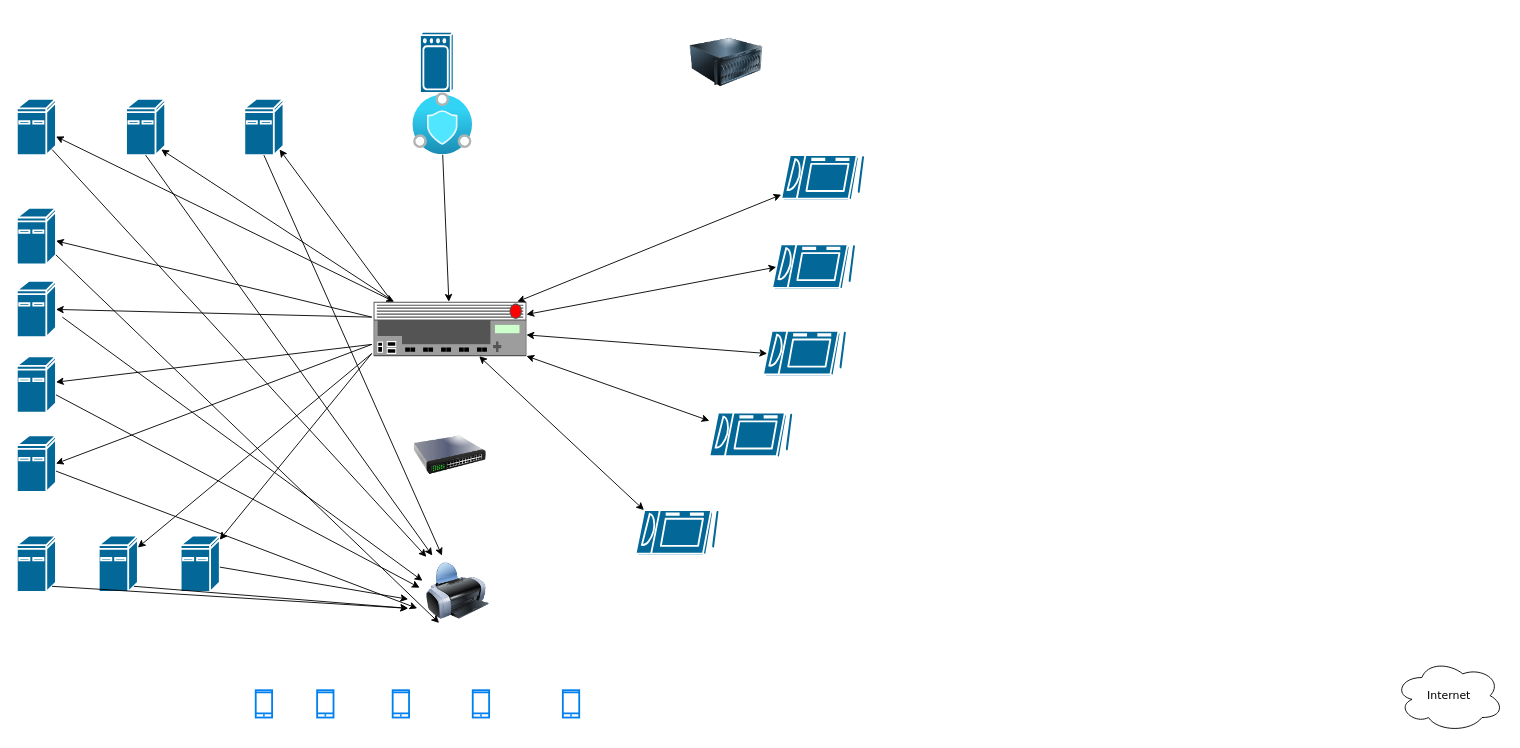
This is frontend/Diagramme sans nom.drawio from Steph3146/2022-09-JS-TLSE-MakeSense, a draw.io file, before an edit. Source tidied: cells renumbered, new cells numbered last; positions are measured from the earlier drawing's top-left corner, leaving out a move shared by most shapes. Both pictures are drawn from the tidied source at 91%, with x=0, y=0 at pixel (16, 25).
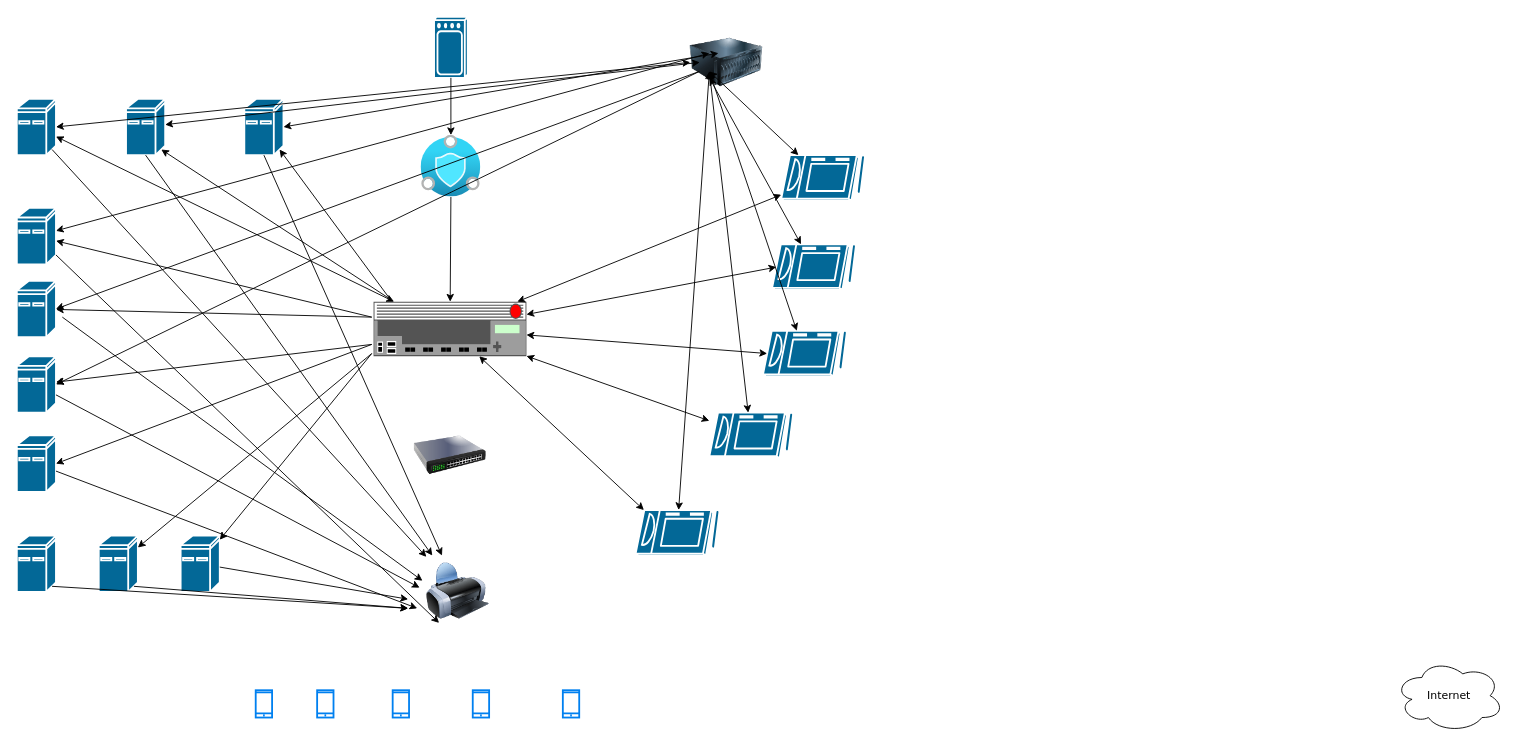
The same page after the edit.

Commit message (it also covers changes not shown here):
Mettre à jour Diagramme sans nom.drawio

Unchanged cells that the change refers to:
```xml
<mxCell id="3" style="shape=mxgraph.cisco.computers_and_peripherals.ibm_mini_as400;sketch=0;html=1;dashed=0;fillColor=#036897;strokeColor=#ffffff;strokeWidth=2;verticalLabelPosition=bottom;verticalAlign=top;align=center;outlineConnect=0;" parent="1" vertex="1">
  <mxGeometry y="80" width="43" height="62" as="geometry" />
</mxCell>
<mxCell id="4" style="shape=mxgraph.cisco.computers_and_peripherals.ibm_mini_as400;sketch=0;html=1;dashed=0;fillColor=#036897;strokeColor=#ffffff;strokeWidth=2;verticalLabelPosition=bottom;verticalAlign=top;align=center;outlineConnect=0;" parent="1" vertex="1">
  <mxGeometry x="250" y="80" width="43" height="62" as="geometry" />
</mxCell>
<mxCell id="7" style="shape=mxgraph.cisco.computers_and_peripherals.ibm_mini_as400;sketch=0;html=1;dashed=0;fillColor=#036897;strokeColor=#ffffff;strokeWidth=2;verticalLabelPosition=bottom;verticalAlign=top;align=center;outlineConnect=0;" parent="1" vertex="1">
  <mxGeometry y="280" width="43" height="62" as="geometry" />
</mxCell>
<mxCell id="8" style="shape=mxgraph.cisco.computers_and_peripherals.ibm_mini_as400;sketch=0;html=1;dashed=0;fillColor=#036897;strokeColor=#ffffff;strokeWidth=2;verticalLabelPosition=bottom;verticalAlign=top;align=center;outlineConnect=0;" parent="1" vertex="1">
  <mxGeometry y="200" width="43" height="62" as="geometry" />
</mxCell>
<mxCell id="9" style="shape=mxgraph.cisco.computers_and_peripherals.ibm_mini_as400;sketch=0;html=1;dashed=0;fillColor=#036897;strokeColor=#ffffff;strokeWidth=2;verticalLabelPosition=bottom;verticalAlign=top;align=center;outlineConnect=0;" parent="1" vertex="1">
  <mxGeometry x="120" y="80" width="43" height="62" as="geometry" />
</mxCell>
<mxCell id="10" style="shape=mxgraph.cisco.computers_and_peripherals.ibm_mini_as400;sketch=0;html=1;dashed=0;fillColor=#036897;strokeColor=#ffffff;strokeWidth=2;verticalLabelPosition=bottom;verticalAlign=top;align=center;outlineConnect=0;" parent="1" vertex="1">
  <mxGeometry y="363" width="43" height="62" as="geometry" />
</mxCell>
<mxCell id="12" style="shape=mxgraph.cisco.computers_and_peripherals.tablet;sketch=0;html=1;dashed=0;fillColor=#036897;strokeColor=#ffffff;strokeWidth=2;verticalLabelPosition=bottom;verticalAlign=top;align=center;outlineConnect=0;" parent="1" vertex="1">
  <mxGeometry x="820" y="335" width="91" height="50" as="geometry" />
</mxCell>
<mxCell id="13" style="shape=mxgraph.cisco.computers_and_peripherals.tablet;sketch=0;html=1;dashed=0;fillColor=#036897;strokeColor=#ffffff;strokeWidth=2;verticalLabelPosition=bottom;verticalAlign=top;align=center;outlineConnect=0;" parent="1" vertex="1">
  <mxGeometry x="761" y="425" width="91" height="50" as="geometry" />
</mxCell>
<mxCell id="14" style="shape=mxgraph.cisco.computers_and_peripherals.tablet;sketch=0;html=1;dashed=0;fillColor=#036897;strokeColor=#ffffff;strokeWidth=2;verticalLabelPosition=bottom;verticalAlign=top;align=center;outlineConnect=0;" parent="1" vertex="1">
  <mxGeometry x="840" y="142" width="91" height="50" as="geometry" />
</mxCell>
<mxCell id="15" style="shape=mxgraph.cisco.computers_and_peripherals.tablet;sketch=0;html=1;dashed=0;fillColor=#036897;strokeColor=#ffffff;strokeWidth=2;verticalLabelPosition=bottom;verticalAlign=top;align=center;outlineConnect=0;" parent="1" vertex="1">
  <mxGeometry x="830" y="240" width="91" height="50" as="geometry" />
</mxCell>
<mxCell id="16" style="shape=mxgraph.cisco.computers_and_peripherals.tablet;sketch=0;html=1;dashed=0;fillColor=#036897;strokeColor=#ffffff;strokeWidth=2;verticalLabelPosition=bottom;verticalAlign=top;align=center;outlineConnect=0;" parent="1" vertex="1">
  <mxGeometry x="680" y="532" width="91" height="50" as="geometry" />
</mxCell>
```

Change to the diagram source:
```diff
@@
     <mxCell id="26" style="shape=mxgraph.cisco.wireless.wireless;html=1;dashed=0;fillColor=#036897;strokeColor=#ffffff;strokeWidth=2;verticalLabelPosition=bottom;verticalAlign=top;align=center;outlineConnect=0;" parent="1" vertex="1">
-      <mxGeometry x="443" y="6.5" width="37" height="67" as="geometry" />
+      <mxGeometry x="458.5" y="-10" width="37" height="67" as="geometry" />
     </mxCell>
@@
     <mxCell id="35" style="image;html=1;points=[];align=center;fontSize=12;image=img/lib/azure2/preview/Azure_Sphere.svg;" parent="1" vertex="1">
-      <mxGeometry x="435" y="73.5" width="66" height="68" as="geometry" />
+      <mxGeometry x="444" y="120" width="66" height="68" as="geometry" />
     </mxCell>
@@
+    <mxCell id="51" style="endArrow=classic;startArrow=classic;html=1;rounded=0;" parent="1" edge="1" source="14">
+      <mxGeometry relative="1" as="geometry">
+        <mxPoint x="761" y="50" as="targetPoint" />
+      </mxGeometry>
+    </mxCell>
+    <mxCell id="52" style="endArrow=classic;startArrow=classic;html=1;rounded=0;" parent="1" edge="1" source="15">
+      <mxGeometry relative="1" as="geometry">
+        <mxPoint x="761" y="57" as="targetPoint" />
+      </mxGeometry>
+    </mxCell>
+    <mxCell id="53" style="endArrow=classic;startArrow=classic;html=1;rounded=0;" parent="1" edge="1" source="12">
+      <mxGeometry relative="1" as="geometry">
+        <mxPoint x="761" y="50" as="targetPoint" />
+      </mxGeometry>
+    </mxCell>
+    <mxCell id="54" style="endArrow=classic;startArrow=classic;html=1;rounded=0;" parent="1" edge="1" source="13">
+      <mxGeometry relative="1" as="geometry">
+        <mxPoint x="761" y="50" as="targetPoint" />
+      </mxGeometry>
+    </mxCell>
+    <mxCell id="55" style="endArrow=classic;startArrow=classic;html=1;rounded=0;" parent="1" edge="1" source="16">
+      <mxGeometry relative="1" as="geometry">
+        <mxPoint x="761" y="50" as="targetPoint" />
+      </mxGeometry>
+    </mxCell>
+    <mxCell id="56" style="endArrow=classic;startArrow=classic;html=1;rounded=0;exitX=1;exitY=0.5;exitDx=0;exitDy=0;exitPerimeter=0;" parent="1" edge="1" source="4">
+      <mxGeometry relative="1" as="geometry">
+        <mxPoint x="771" y="30" as="targetPoint" />
+      </mxGeometry>
+    </mxCell>
+    <mxCell id="57" style="endArrow=classic;startArrow=classic;html=1;rounded=0;" parent="1" edge="1" source="9">
+      <mxGeometry relative="1" as="geometry">
+        <mxPoint x="750.5" y="40" as="targetPoint" />
+      </mxGeometry>
+    </mxCell>
+    <mxCell id="58" style="endArrow=classic;startArrow=classic;html=1;rounded=0;exitX=1;exitY=0.5;exitDx=0;exitDy=0;exitPerimeter=0;" parent="1" edge="1" source="3">
+      <mxGeometry relative="1" as="geometry">
+        <mxPoint x="740" y="40" as="targetPoint" />
+      </mxGeometry>
+    </mxCell>
+    <mxCell id="59" style="endArrow=classic;startArrow=classic;html=1;rounded=0;" parent="1" edge="1" source="8">
+      <mxGeometry relative="1" as="geometry">
+        <mxPoint x="761" y="30" as="targetPoint" />
+      </mxGeometry>
+    </mxCell>
+    <mxCell id="60" style="endArrow=classic;startArrow=classic;html=1;rounded=0;entryX=1;entryY=0.5;entryDx=0;entryDy=0;entryPerimeter=0;exitX=1;exitY=0.5;exitDx=0;exitDy=0;exitPerimeter=0;" parent="1" edge="1" source="10" target="7">
+      <mxGeometry relative="1" as="geometry">
+        <Array as="points">
+          <mxPoint x="750" y="50" />
+        </Array>
+      </mxGeometry>
+    </mxCell>
```
